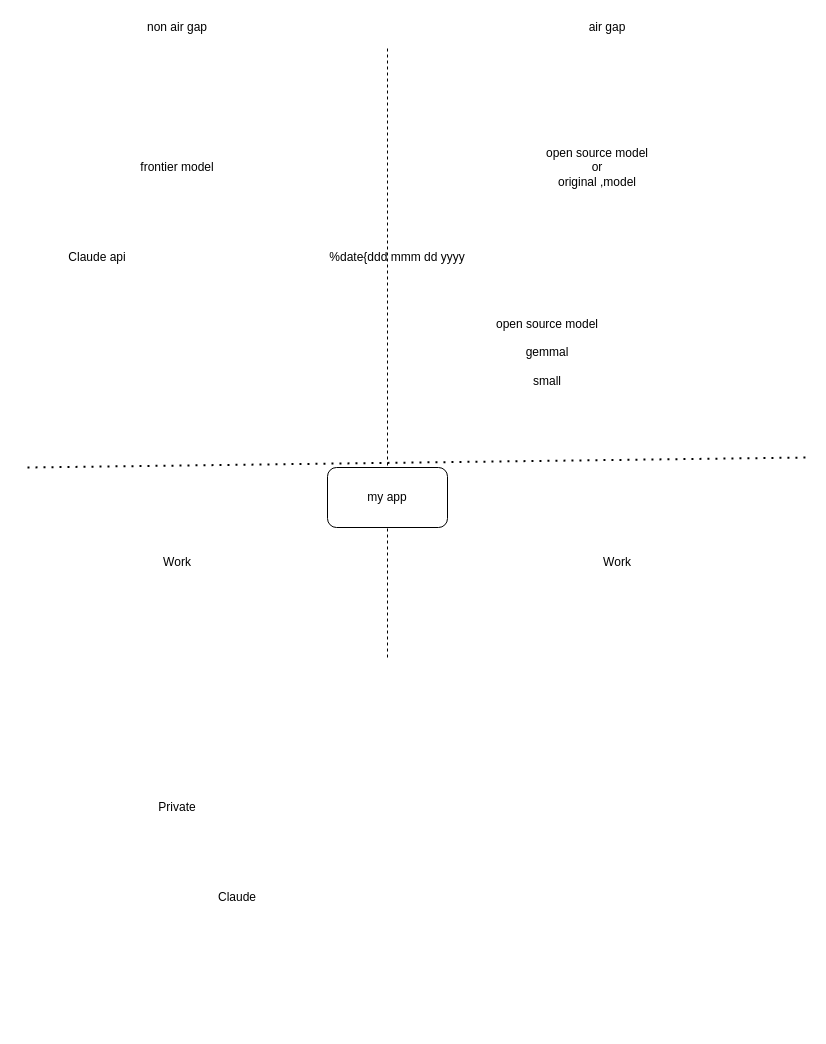
Earlier version of the draw.io diagram Concept.drawio (htatemura/LLM). Source tidied: cells renumbered, new cells numbered last; positions are measured from the earlier drawing's top-left corner, leaving out a move shared by most shapes. Both pictures are drawn from the tidied source at 100%, with x=0, y=0 at pixel (17, 17).
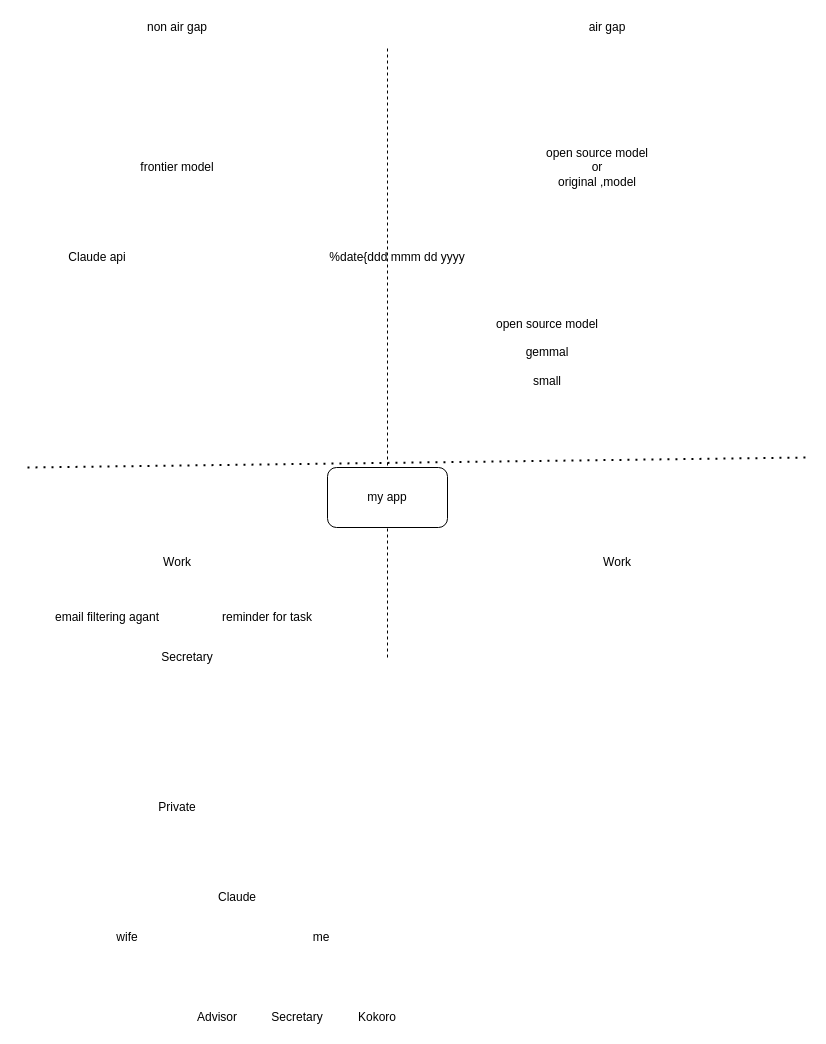
The same page after the edit.

What changed in the source:
```diff
@@
+    <mxCell id="16" value="Secretary" style="text;html=1;strokeColor=none;fillColor=none;align=center;verticalAlign=middle;whiteSpace=wrap;overflow=hidden;" parent="1" vertex="1">
+      <mxGeometry x="200" y="990" width="160" height="20" as="geometry" />
+    </mxCell>
+    <mxCell id="17" value="&lt;div&gt;wife&lt;/div&gt;" style="text;html=1;strokeColor=none;fillColor=none;align=center;verticalAlign=middle;whiteSpace=wrap;overflow=hidden;" parent="1" vertex="1">
+      <mxGeometry x="30" y="910" width="160" height="20" as="geometry" />
+    </mxCell>
+    <mxCell id="18" value="me" style="text;html=1;strokeColor=none;fillColor=none;align=center;verticalAlign=middle;whiteSpace=wrap;overflow=hidden;" parent="1" vertex="1">
+      <mxGeometry x="224" y="910" width="160" height="20" as="geometry" />
+    </mxCell>
+    <mxCell id="19" value="email filtering agant" style="text;html=1;strokeColor=none;fillColor=none;align=center;verticalAlign=middle;whiteSpace=wrap;overflow=hidden;" parent="1" vertex="1">
+      <mxGeometry x="10" y="590" width="160" height="20" as="geometry" />
+    </mxCell>
+    <mxCell id="20" value="reminder for task" style="text;html=1;strokeColor=none;fillColor=none;align=center;verticalAlign=middle;whiteSpace=wrap;overflow=hidden;" parent="1" vertex="1">
+      <mxGeometry x="170" y="590" width="160" height="20" as="geometry" />
+    </mxCell>
+    <mxCell id="21" value="Kokoro" style="text;html=1;strokeColor=none;fillColor=none;align=center;verticalAlign=middle;whiteSpace=wrap;overflow=hidden;" parent="1" vertex="1">
+      <mxGeometry x="280" y="990" width="160" height="20" as="geometry" />
+    </mxCell>
+    <mxCell id="22" value="Secretary" style="text;html=1;strokeColor=none;fillColor=none;align=center;verticalAlign=middle;whiteSpace=wrap;overflow=hidden;" parent="1" vertex="1">
+      <mxGeometry x="90" y="630" width="160" height="20" as="geometry" />
+    </mxCell>
+    <mxCell id="23" value="Advisor" style="text;html=1;strokeColor=none;fillColor=none;align=center;verticalAlign=middle;whiteSpace=wrap;overflow=hidden;" parent="1" vertex="1">
+      <mxGeometry x="120" y="990" width="160" height="20" as="geometry" />
+    </mxCell>
```
